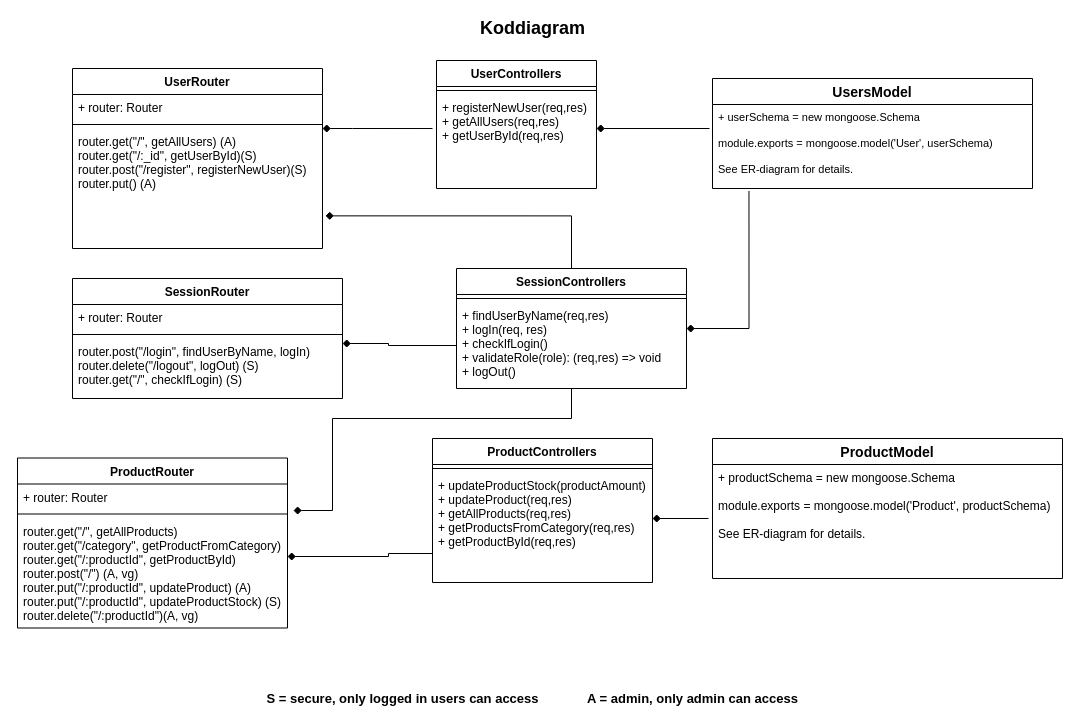
This is misc/Untitled Diagram.drawio from Condif/husinventarieapp, a draw.io file, before an edit. Source tidied: cells renumbered, new cells numbered last; positions are measured from the earlier drawing's top-left corner, leaving out a move shared by most shapes. Both pictures are drawn from the tidied source at 100%, with x=0, y=0 at pixel (17, 18).
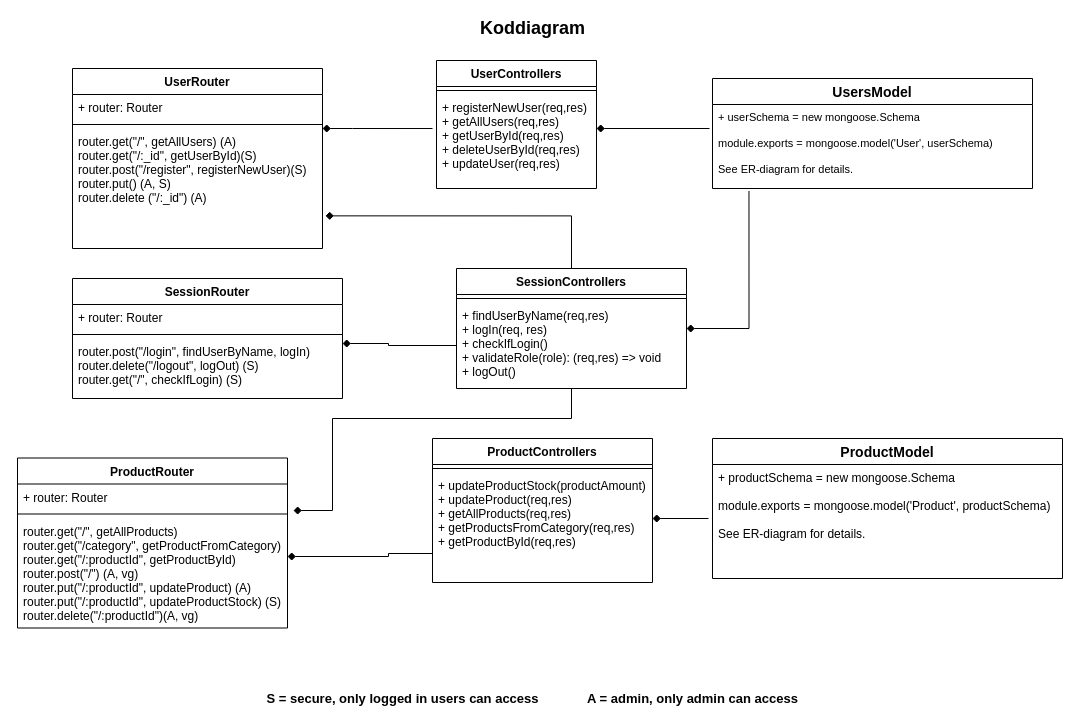
The same diagram, later.

Unchanged cells that the change refers to:
```xml
<mxCell id="2" value="UserRouter" style="swimlane;fontStyle=1;align=center;verticalAlign=top;horizontal=1;startSize=26;" parent="1" vertex="1">
  <mxGeometry x="55" y="50" width="250" height="180" as="geometry" />
</mxCell>
<mxCell id="12" value="UserControllers" style="swimlane;fontStyle=1;align=center;verticalAlign=top;horizontal=1;startSize=26;" parent="1" vertex="1">
  <mxGeometry x="419" y="42" width="160" height="128" as="geometry" />
</mxCell>
```

What changed in the source:
```diff
@@
-    <mxCell id="5" value="router.get(&quot;/&quot;, getAllUsers) (A)&#10;router.get(&quot;/:_id&quot;, getUserById)(S)&#10;router.post(&quot;/register&quot;, registerNewUser)(S)&#10;router.put() (A)" style="text;strokeColor=none;fillColor=none;align=left;verticalAlign=top;spacingLeft=4;spacingRight=4;overflow=hidden;points=[[0,0.5],[1,0.5]];portConstraint=eastwest;" parent="2" vertex="1">
+    <mxCell id="5" value="router.get(&quot;/&quot;, getAllUsers) (A)&#10;router.get(&quot;/:_id&quot;, getUserById)(S)&#10;router.post(&quot;/register&quot;, registerNewUser)(S)&#10;router.put() (A, S)&#10;router.delete (&quot;/:_id&quot;) (A)" style="text;strokeColor=none;fillColor=none;align=left;verticalAlign=top;spacingLeft=4;spacingRight=4;overflow=hidden;points=[[0,0.5],[1,0.5]];portConstraint=eastwest;" parent="2" vertex="1">
       <mxGeometry y="60" width="250" height="120" as="geometry" />
     </mxCell>
@@
-    <mxCell id="14" value="+ registerNewUser(req,res)&#10;+ getAllUsers(req,res)&#10;+ getUserById(req,res)" style="text;strokeColor=none;fillColor=none;align=left;verticalAlign=top;spacingLeft=4;spacingRight=4;overflow=hidden;points=[[0,0.5],[1,0.5]];portConstraint=eastwest;" parent="12" vertex="1">
+    <mxCell id="14" value="+ registerNewUser(req,res)&#10;+ getAllUsers(req,res)&#10;+ getUserById(req,res)&#10;+ deleteUserById(req,res)&#10;+ updateUser(req,res)" style="text;strokeColor=none;fillColor=none;align=left;verticalAlign=top;spacingLeft=4;spacingRight=4;overflow=hidden;points=[[0,0.5],[1,0.5]];portConstraint=eastwest;" parent="12" vertex="1">
       <mxGeometry y="34" width="160" height="94" as="geometry" />
     </mxCell>
```
